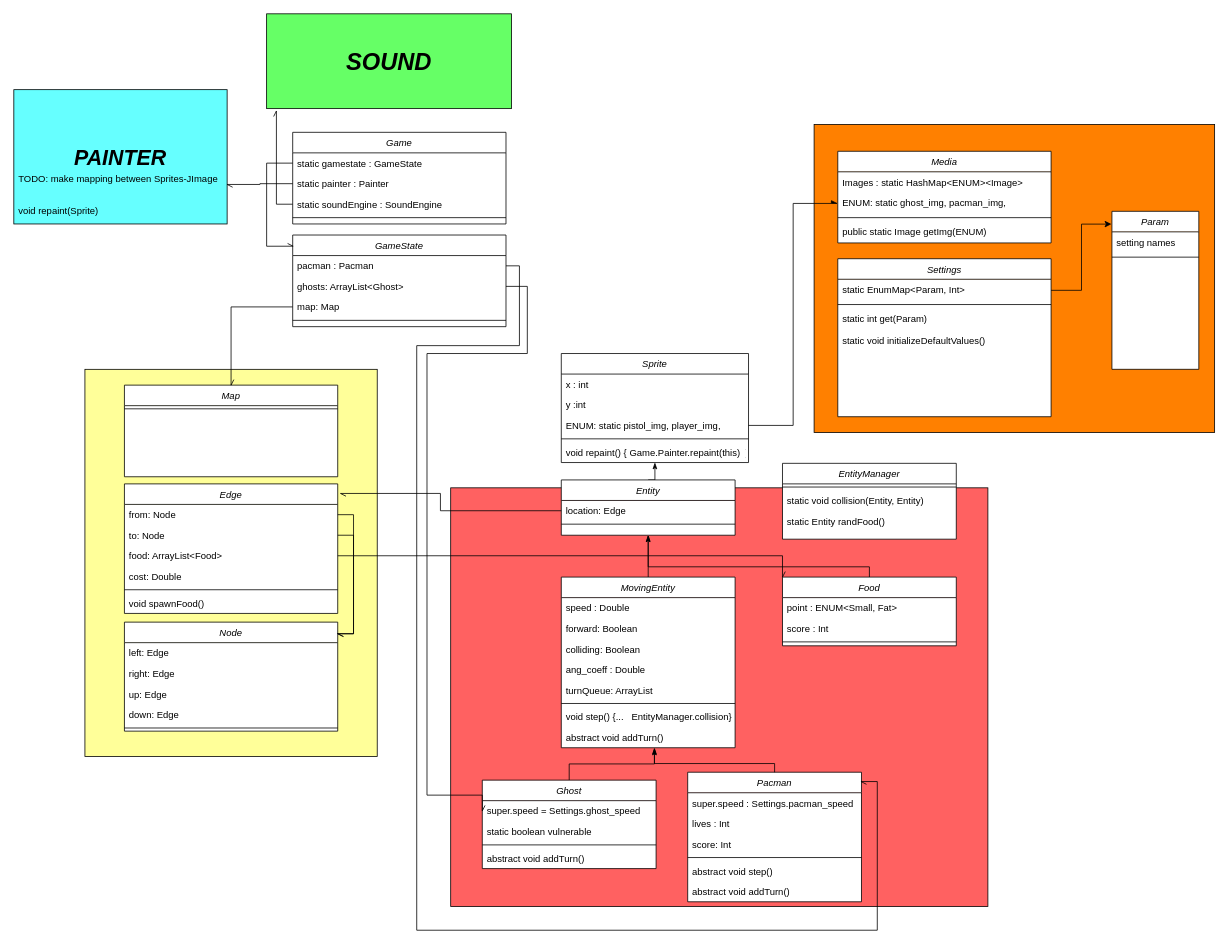
This is ClassDiagram.drawio from cerfedino/SwingPacman, a draw.io file, before an edit. Source tidied: cells renumbered, new cells numbered last; positions are measured from the earlier drawing's top-left corner, leaving out a move shared by most shapes. Both pictures are drawn from the tidied source at 79%, with x=0, y=0 at pixel (13, 13).
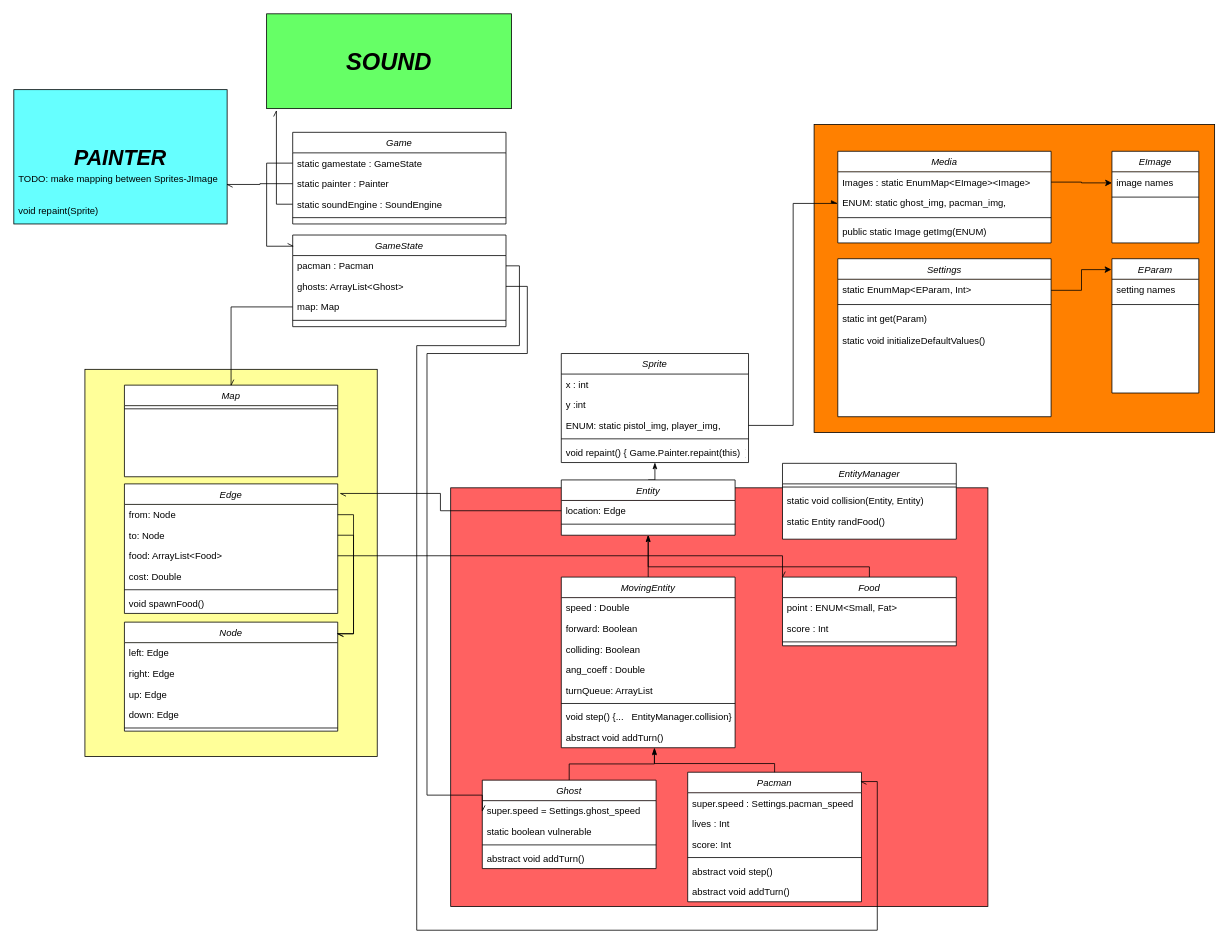
The same diagram, later.

The change refers to these unchanged cells:
```xml
<mxCell id="11" value="Media" style="swimlane;fontStyle=2;align=center;verticalAlign=top;horizontal=1;startSize=26;rounded=0;shadow=0;strokeWidth=1;swimlaneFillColor=#ffffff;" parent="1" vertex="1">
  <mxGeometry x="1043" y="174" width="270" height="116" as="geometry" />
</mxCell>
<mxCell id="54" value="Settings" style="swimlane;fontStyle=2;align=center;verticalAlign=top;horizontal=1;startSize=26;rounded=0;shadow=0;strokeWidth=1;swimlaneFillColor=#ffffff;" parent="1" vertex="1">
  <mxGeometry x="1043" y="310" width="270" height="200" as="geometry" />
</mxCell>
```

What changed in the source:
```diff
@@
-    <mxCell id="12" value="Images : static HashMap&lt;ENUM&gt;&lt;Image&gt;" style="text;align=left;verticalAlign=top;spacingLeft=4;spacingRight=4;overflow=hidden;points=[[0,0.5],[1,0.5]];portConstraint=eastwest;" parent="11" vertex="1">
+    <mxCell id="12" value="Images : static EnumMap&lt;EImage&gt;&lt;Image&gt;" style="text;align=left;verticalAlign=top;spacingLeft=4;spacingRight=4;overflow=hidden;points=[[0,0.5],[1,0.5]];portConstraint=eastwest;" parent="11" vertex="1">
       <mxGeometry y="26" width="270" height="26" as="geometry" />
     </mxCell>
@@
-    <mxCell id="55" value="static EnumMap&lt;Param, Int&gt;" style="text;align=left;verticalAlign=top;spacingLeft=4;spacingRight=4;overflow=hidden;points=[[0,0.5],[1,0.5]];portConstraint=eastwest;rounded=0;shadow=0;html=0;" parent="54" vertex="1">
+    <mxCell id="55" value="static EnumMap&lt;EParam, Int&gt;" style="text;align=left;verticalAlign=top;spacingLeft=4;spacingRight=4;overflow=hidden;points=[[0,0.5],[1,0.5]];portConstraint=eastwest;rounded=0;shadow=0;html=0;" parent="54" vertex="1">
       <mxGeometry y="26" width="270" height="28" as="geometry" />
     </mxCell>
@@
-    <mxCell id="99" value="Param" style="swimlane;fontStyle=2;align=center;verticalAlign=top;horizontal=1;startSize=26;rounded=0;shadow=0;strokeWidth=1;swimlaneFillColor=#ffffff;" parent="1" vertex="1">
-      <mxGeometry x="1390" y="250" width="110" height="200" as="geometry" />
+    <mxCell id="99" value="EParam" style="swimlane;fontStyle=2;align=center;verticalAlign=top;horizontal=1;startSize=26;rounded=0;shadow=0;strokeWidth=1;swimlaneFillColor=#ffffff;" parent="1" vertex="1">
+      <mxGeometry x="1390" y="310" width="110" height="170" as="geometry" />
     </mxCell>
@@
+    <mxCell id="103" value="EImage" style="swimlane;fontStyle=2;align=center;verticalAlign=top;horizontal=1;startSize=26;rounded=0;shadow=0;strokeWidth=1;swimlaneFillColor=#ffffff;" parent="1" vertex="1">
+      <mxGeometry x="1390" y="174" width="110" height="116" as="geometry" />
+    </mxCell>
+    <mxCell id="104" value="image names" style="text;align=left;verticalAlign=top;spacingLeft=4;spacingRight=4;overflow=hidden;points=[[0,0.5],[1,0.5]];portConstraint=eastwest;rounded=0;shadow=0;html=0;" parent="103" vertex="1">
+      <mxGeometry y="26" width="110" height="28" as="geometry" />
+    </mxCell>
+    <mxCell id="105" style="line;html=1;strokeWidth=1;align=left;verticalAlign=middle;spacingTop=-1;spacingLeft=3;spacingRight=3;labelPosition=right;" parent="103" vertex="1">
+      <mxGeometry y="54" width="110" height="8" as="geometry" />
+    </mxCell>
+    <mxCell id="106" style="edgeStyle=orthogonalEdgeStyle;rounded=0;jettySize=auto;html=1;exitX=1;exitY=0.5;exitDx=0;exitDy=0;entryX=0;entryY=0.5;entryDx=0;entryDy=0;" parent="1" edge="1" source="12" target="104">
+      <mxGeometry relative="1" as="geometry" />
+    </mxCell>
```
